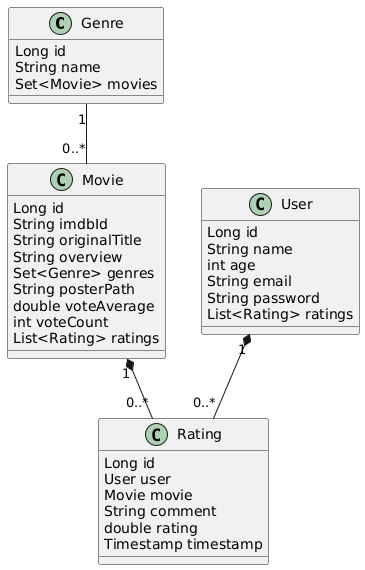
This is documentation/diagrama_de_classes/diagrama_de_classes.png from gilmarUFG/ds_20242_g3, a PlantUML export, as it was before one commit. Source of this version:
```plantuml
@startuml
class Genre {
        Long id
        String name
        Set<Movie> movies
    }

    class Movie {
        Long id
        String imdbId
        String originalTitle
        String overview
        Set<Genre> genres
        String posterPath
        double voteAverage
        int voteCount
        List<Rating> ratings
    }

    class Rating {
        Long id
        User user
        Movie movie
        String comment
        double rating
        Timestamp timestamp
    }

    class User {
        Long id
        String name
        int age
        String email
        String password
        List<Rating> ratings
    }

    Genre "1" -- "0..*" Movie
    Movie "1" *-- "0..*" Rating
    User "1" *-- "0..*" Rating
@enduml
```
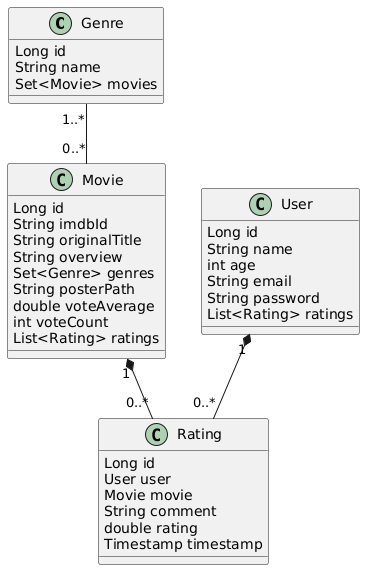
After the change.

Change to the diagram source:
```diff
@@ -35,7 +35,7 @@
         List<Rating> ratings
     }
 
-    Genre "1" -- "0..*" Movie
+    Genre "1..*" -- "0..*" Movie
     Movie "1" *-- "0..*" Rating
     User "1" *-- "0..*" Rating
 @enduml
```
